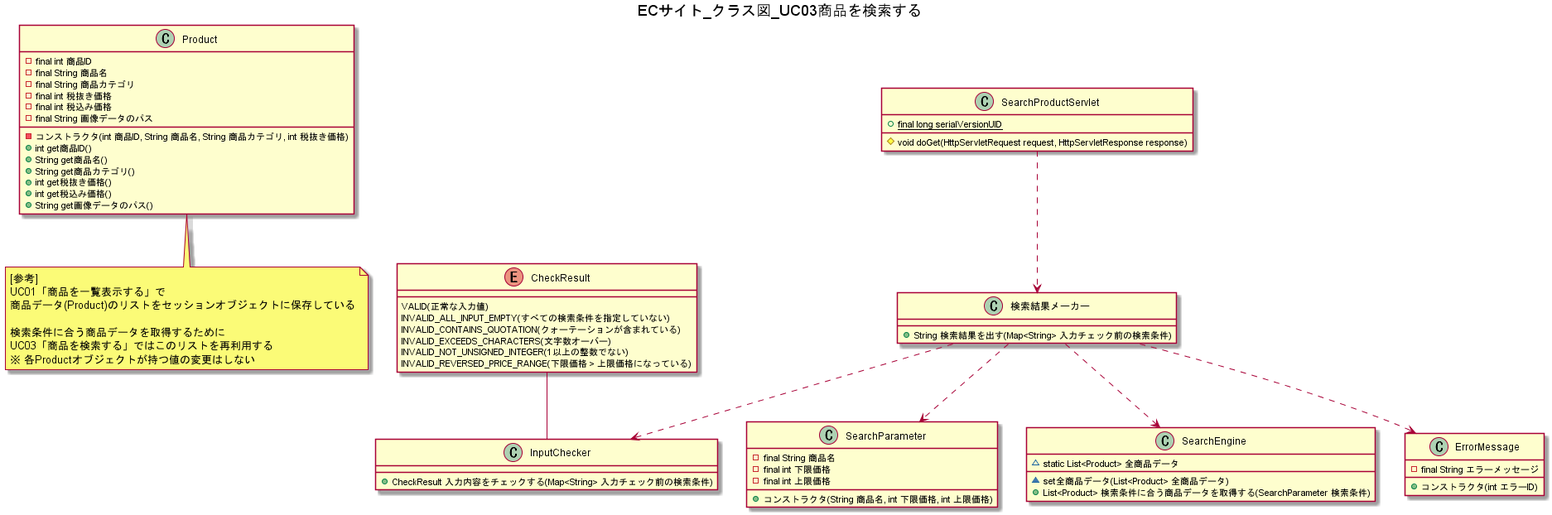
wnakayama/ojt_ecsite keeps this PlantUML diagram as UML/ECサイト_クラス図_UC03商品を検索する.png. Above is the earlier version.
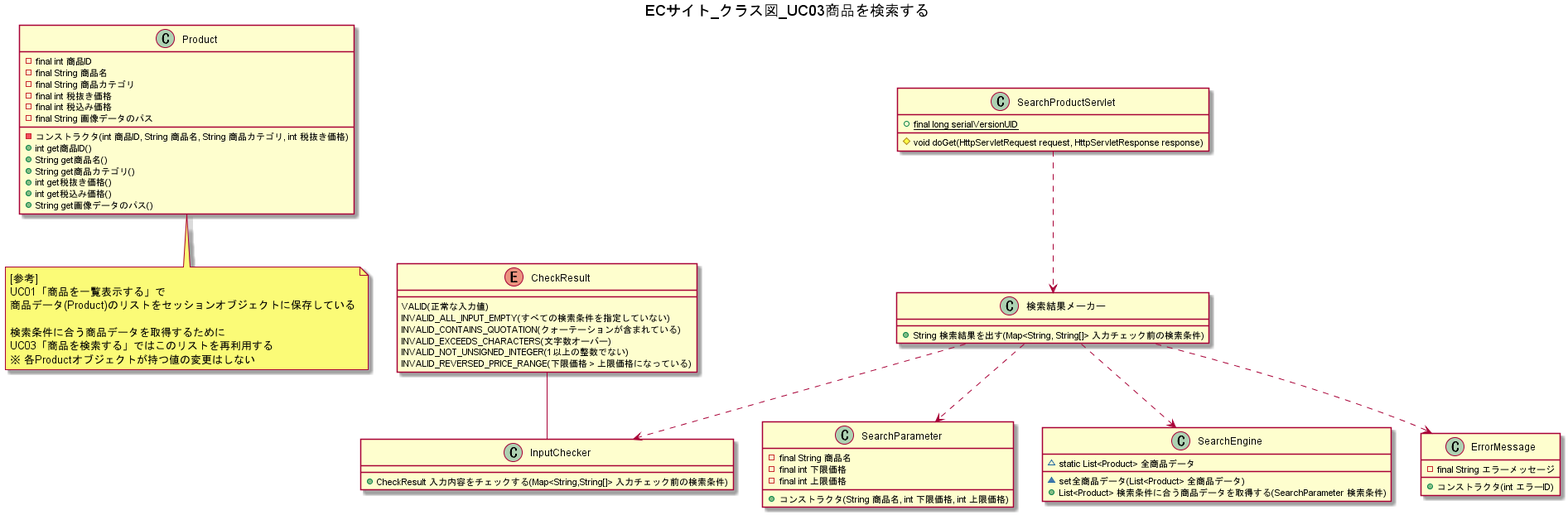
The same file after the commit.

Change to the diagram source:
```diff
@@ -34,7 +34,7 @@
 
 SearchProductServlet ..> 検索結果メーカー
 class 検索結果メーカー {
-    +String 検索結果を出す(Map<String> 入力チェック前の検索条件)
+    +String 検索結果を出す(Map<String, String[]> 入力チェック前の検索条件)
 }
 
 CheckResult -- InputChecker
@@ -49,7 +49,7 @@
 
 検索結果メーカー ..> InputChecker
 class InputChecker {
-    +CheckResult 入力内容をチェックする(Map<String> 入力チェック前の検索条件)
+    +CheckResult 入力内容をチェックする(Map<String,String[]> 入力チェック前の検索条件)
 }
 
 検索結果メーカー ..> SearchParameter
```
